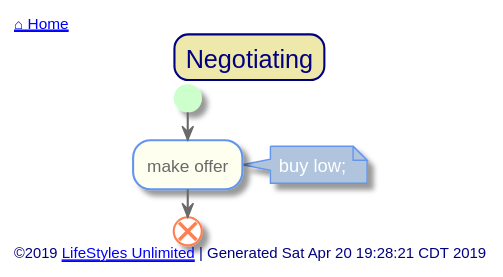
Before: out/src/single-family/negotiating.svg, a diagram exported from PlantUML (toddmo/lifestylesunlimited).
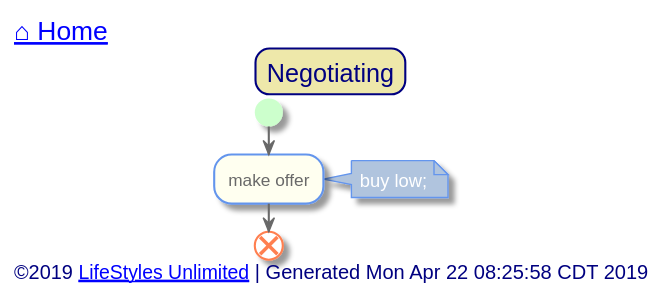
After the change.

Change to the diagram source:
```diff
@@ -73,7 +73,7 @@
 
 
 left header
-	<font color=Navy>[[../index.svg ⌂ Home]]</font>
+	<font color=Navy size=18>[[../index.svg ⌂ Home]]</font>
 endheader
 
 
@@ -87,7 +87,7 @@
 
 
 left footer
-	©2019 [[http://www.lifestylesunlimited.com LifeStyles Unlimited]] | Generated Sat Apr 20 19:28:21 CDT 2019
+	<font size=14>©2019 [[http://www.lifestylesunlimited.com LifeStyles Unlimited]] | Generated Mon Apr 22 08:25:58 CDT 2019</font>
 endfooter
 
 
```
